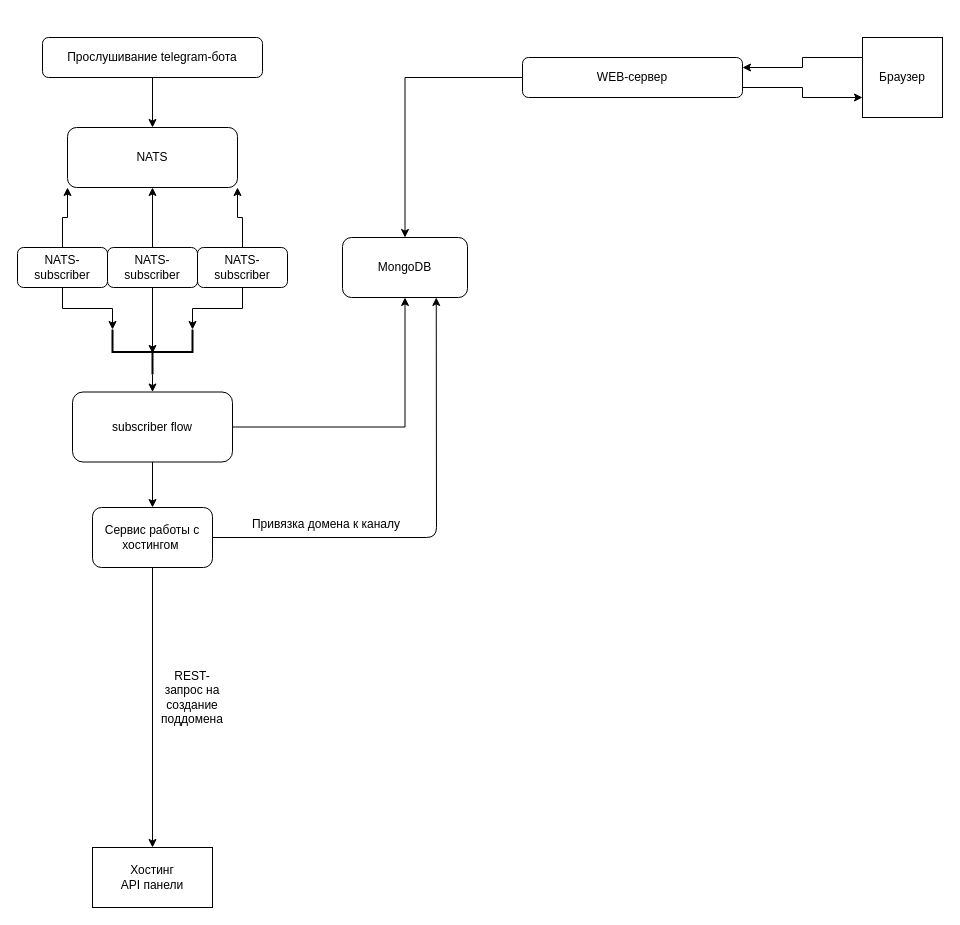
The draw.io diagram Untitled Diagram.drawio in itxor/tgsite, before the edit. Source tidied: cells renumbered, new cells numbered last; positions are measured from the earlier drawing's top-left corner, leaving out a move shared by most shapes. Both pictures are drawn from the tidied source at 100%, with x=0, y=0 at pixel (17, 37).
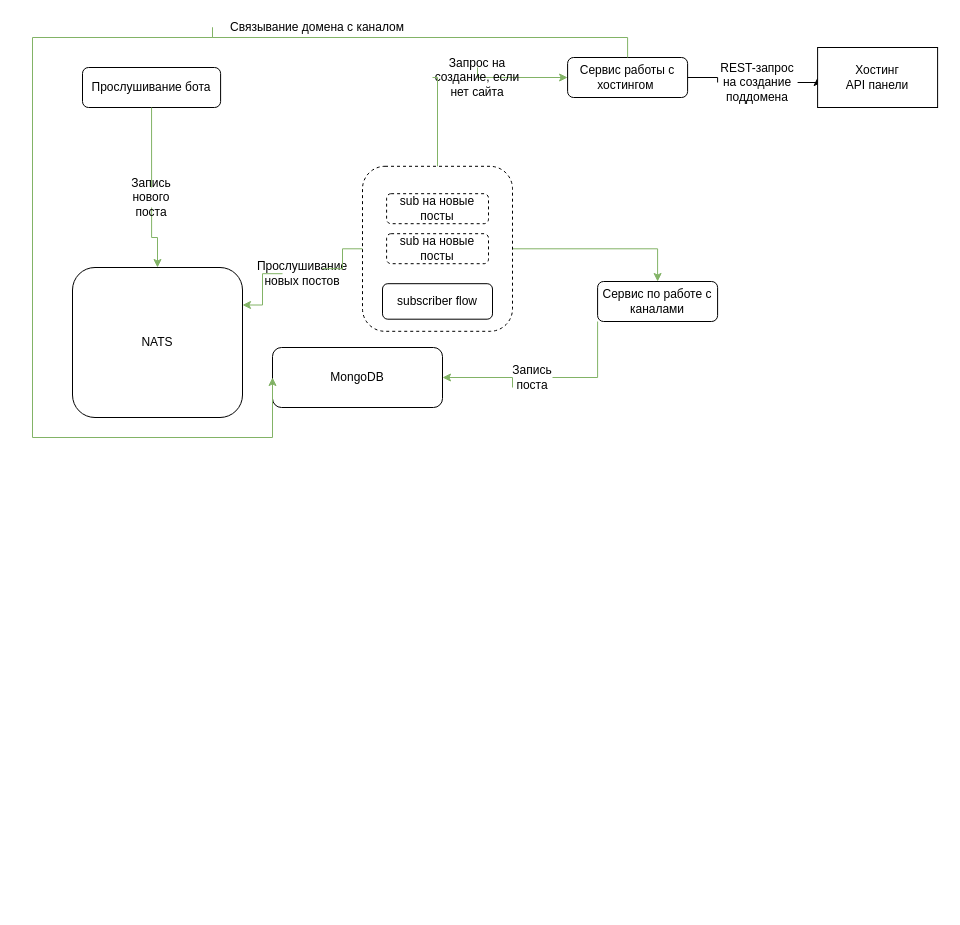
After the change.

Commit message:
Корректировка диаграммы

The edit, as a diff of the source:
```diff
@@
-    <mxCell id="2" style="edgeStyle=orthogonalEdgeStyle;rounded=0;jettySize=auto;html=1;exitX=0.5;exitY=1;exitDx=0;exitDy=0;entryX=0.5;entryY=0;entryDx=0;entryDy=0;" parent="1" edge="1" source="3" target="4">
-      <mxGeometry relative="1" as="geometry" />
-    </mxCell>
+    <mxCell id="31" style="edgeStyle=orthogonalEdgeStyle;rounded=0;jettySize=auto;html=1;exitX=0.5;exitY=1;exitDx=0;exitDy=0;entryX=0.5;entryY=0;entryDx=0;entryDy=0;fillColor=#d5e8d4;strokeColor=#82b366;startArrow=none;" parent="1" edge="1" source="52" target="4">
+      <mxGeometry relative="1" as="geometry" />
+    </mxCell>
-    <mxCell id="3" value="Прослушивание telegram-бота" style="rounded=1;whiteSpace=wrap;html=1;" parent="1" vertex="1">
-      <mxGeometry x="25" width="220" height="40" as="geometry" />
+    <mxCell id="3" value="Прослушивание бота" style="rounded=1;whiteSpace=wrap;html=1;" parent="1" vertex="1">
+      <mxGeometry x="65" y="30" width="138.1" height="40" as="geometry" />
     </mxCell>
     <mxCell id="4" value="NATS" style="rounded=1;whiteSpace=wrap;html=1;" parent="1" vertex="1">
-      <mxGeometry x="50" y="90" width="170" height="60" as="geometry" />
+      <mxGeometry x="55" y="230" width="170" height="150" as="geometry" />
     </mxCell>
-    <mxCell id="5" style="edgeStyle=orthogonalEdgeStyle;rounded=0;jettySize=auto;html=1;exitX=0.5;exitY=0;exitDx=0;exitDy=0;entryX=0;entryY=1;entryDx=0;entryDy=0;" parent="1" edge="1" source="7" target="4">
-      <mxGeometry relative="1" as="geometry" />
-    </mxCell>
-    <mxCell id="6" style="edgeStyle=orthogonalEdgeStyle;rounded=0;jettySize=auto;html=1;exitX=0.5;exitY=1;exitDx=0;exitDy=0;entryX=1;entryY=0;entryDx=0;entryDy=0;entryPerimeter=0;" parent="1" edge="1" source="7" target="19">
-      <mxGeometry relative="1" as="geometry" />
-    </mxCell>
-    <mxCell id="7" value="NATS-subscriber" style="rounded=1;whiteSpace=wrap;html=1;" parent="1" vertex="1">
-      <mxGeometry y="210" width="90" height="40" as="geometry" />
-    </mxCell>
-    <mxCell id="8" style="edgeStyle=orthogonalEdgeStyle;rounded=0;jettySize=auto;html=1;exitX=0;exitY=0.5;exitDx=0;exitDy=0;entryX=0.5;entryY=0;entryDx=0;entryDy=0;" parent="1" edge="1" source="10" target="11">
-      <mxGeometry relative="1" as="geometry" />
-    </mxCell>
-    <mxCell id="9" style="edgeStyle=orthogonalEdgeStyle;rounded=0;jettySize=auto;html=1;exitX=1;exitY=0.75;exitDx=0;exitDy=0;entryX=0;entryY=0.75;entryDx=0;entryDy=0;" parent="1" edge="1" source="10" target="28">
-      <mxGeometry relative="1" as="geometry" />
-    </mxCell>
-    <mxCell id="10" value="WEB-сервер" style="rounded=1;whiteSpace=wrap;html=1;" parent="1" vertex="1">
-      <mxGeometry x="505" y="20" width="220" height="40" as="geometry" />
-    </mxCell>
     <mxCell id="11" value="MongoDB" style="rounded=1;whiteSpace=wrap;html=1;" parent="1" vertex="1">
-      <mxGeometry x="325" y="200" width="125" height="60" as="geometry" />
+      <mxGeometry x="255" y="310" width="170" height="60" as="geometry" />
     </mxCell>
-    <mxCell id="12" style="edgeStyle=orthogonalEdgeStyle;rounded=0;jettySize=auto;html=1;exitX=0.5;exitY=0;exitDx=0;exitDy=0;entryX=0.5;entryY=1;entryDx=0;entryDy=0;" parent="1" edge="1" source="14" target="4">
-      <mxGeometry relative="1" as="geometry" />
-    </mxCell>
-    <mxCell id="13" style="edgeStyle=orthogonalEdgeStyle;rounded=0;jettySize=auto;html=1;exitX=0.5;exitY=1;exitDx=0;exitDy=0;entryX=0.467;entryY=0.5;entryDx=0;entryDy=0;entryPerimeter=0;" parent="1" edge="1" source="14" target="19">
-      <mxGeometry relative="1" as="geometry" />
-    </mxCell>
-    <mxCell id="14" value="NATS-subscriber" style="rounded=1;whiteSpace=wrap;html=1;" parent="1" vertex="1">
-      <mxGeometry x="90" y="210" width="90" height="40" as="geometry" />
-    </mxCell>
-    <mxCell id="15" style="edgeStyle=orthogonalEdgeStyle;rounded=0;jettySize=auto;html=1;exitX=0.5;exitY=0;exitDx=0;exitDy=0;entryX=1;entryY=1;entryDx=0;entryDy=0;" parent="1" edge="1" source="17" target="4">
-      <mxGeometry relative="1" as="geometry" />
-    </mxCell>
-    <mxCell id="16" style="edgeStyle=orthogonalEdgeStyle;rounded=0;jettySize=auto;html=1;exitX=0.5;exitY=1;exitDx=0;exitDy=0;entryX=1;entryY=1;entryDx=0;entryDy=0;entryPerimeter=0;" parent="1" edge="1" source="17" target="19">
-      <mxGeometry relative="1" as="geometry" />
-    </mxCell>
-    <mxCell id="17" value="NATS-subscriber" style="rounded=1;whiteSpace=wrap;html=1;" parent="1" vertex="1">
-      <mxGeometry x="180" y="210" width="90" height="40" as="geometry" />
-    </mxCell>
-    <mxCell id="18" style="edgeStyle=orthogonalEdgeStyle;rounded=0;jettySize=auto;html=1;exitX=0;exitY=0.5;exitDx=0;exitDy=0;exitPerimeter=0;entryX=0.5;entryY=0;entryDx=0;entryDy=0;" parent="1" edge="1" source="19" target="22">
-      <mxGeometry relative="1" as="geometry" />
-    </mxCell>
-    <mxCell id="19" style="strokeWidth=2;html=1;shape=mxgraph.flowchart.annotation_2;align=left;labelPosition=right;rotation=-90;" parent="1" vertex="1">
-      <mxGeometry x="112.5" y="274.5" width="45" height="80" as="geometry" />
-    </mxCell>
-    <mxCell id="20" style="edgeStyle=orthogonalEdgeStyle;rounded=0;jettySize=auto;html=1;exitX=1;exitY=0.5;exitDx=0;exitDy=0;entryX=0.5;entryY=1;entryDx=0;entryDy=0;" parent="1" edge="1" source="22" target="11">
-      <mxGeometry relative="1" as="geometry" />
-    </mxCell>
-    <mxCell id="21" style="edgeStyle=orthogonalEdgeStyle;rounded=0;jettySize=auto;html=1;exitX=0.5;exitY=1;exitDx=0;exitDy=0;" parent="1" edge="1" source="22" target="24">
-      <mxGeometry relative="1" as="geometry" />
-    </mxCell>
     <mxCell id="22" value="subscriber flow" style="rounded=1;whiteSpace=wrap;html=1;" parent="1" vertex="1">
-      <mxGeometry x="55" y="354.5" width="160" height="70" as="geometry" />
+      <mxGeometry x="365" y="246.2" width="110" height="35.5" as="geometry" />
     </mxCell>
-    <mxCell id="23" style="edgeStyle=orthogonalEdgeStyle;rounded=0;jettySize=auto;html=1;exitX=0.5;exitY=1;exitDx=0;exitDy=0;" parent="1" edge="1" source="24" target="26">
-      <mxGeometry relative="1" as="geometry" />
-    </mxCell>
+    <mxCell id="32" style="edgeStyle=orthogonalEdgeStyle;rounded=0;jettySize=auto;html=1;exitX=1;exitY=0.5;exitDx=0;exitDy=0;entryX=0;entryY=0.5;entryDx=0;entryDy=0;startArrow=none;" parent="1" edge="1" source="25" target="26">
+      <mxGeometry relative="1" as="geometry" />
+    </mxCell>
+    <mxCell id="33" style="edgeStyle=orthogonalEdgeStyle;rounded=0;jettySize=auto;html=1;exitX=0;exitY=0.5;exitDx=0;exitDy=0;entryX=0;entryY=0.5;entryDx=0;entryDy=0;fillColor=#d5e8d4;strokeColor=#82b366;startArrow=none;" parent="1" edge="1" source="44" target="11">
+      <mxGeometry relative="1" as="geometry">
+        <Array as="points">
+          <mxPoint x="195" />
+          <mxPoint x="15" />
+          <mxPoint x="15" y="400" />
+          <mxPoint x="255" y="400" />
+        </Array>
+      </mxGeometry>
+    </mxCell>
     <mxCell id="24" value="Сервис работы с хостингом&amp;nbsp;" style="rounded=1;whiteSpace=wrap;html=1;" parent="1" vertex="1">
-      <mxGeometry x="75" y="470" width="120" height="60" as="geometry" />
+      <mxGeometry x="550.1" y="20" width="120" height="40" as="geometry" />
     </mxCell>
+    <mxCell id="26" value="Хостинг&lt;br&gt;API панели" style="rounded=0;whiteSpace=wrap;html=1;" parent="1" vertex="1">
+      <mxGeometry x="800.1" y="10" width="120" height="60" as="geometry" />
+    </mxCell>
+    <mxCell id="34" style="edgeStyle=orthogonalEdgeStyle;rounded=0;jettySize=auto;html=1;exitX=0;exitY=1;exitDx=0;exitDy=0;entryX=1;entryY=0.5;entryDx=0;entryDy=0;fillColor=#d5e8d4;strokeColor=#82b366;startArrow=none;" parent="1" edge="1" source="48" target="11">
+      <mxGeometry relative="1" as="geometry">
+        <Array as="points">
+          <mxPoint x="495" y="340" />
+        </Array>
+      </mxGeometry>
+    </mxCell>
+    <mxCell id="35" value="Сервис по работе с каналами" style="rounded=1;whiteSpace=wrap;html=1;" parent="1" vertex="1">
+      <mxGeometry x="580.1" y="244" width="120" height="40" as="geometry" />
+    </mxCell>
-    <mxCell id="25" value="REST-запрос на создание поддомена" style="text;html=1;strokeColor=none;fillColor=none;align=center;verticalAlign=middle;whiteSpace=wrap;rounded=0;" parent="1" vertex="1">
-      <mxGeometry x="155" y="650" width="40" height="20" as="geometry" />
+    <mxCell id="25" value="REST-запрос на создание поддомена" style="text;html=1;strokeColor=none;fillColor=none;align=center;verticalAlign=middle;whiteSpace=wrap;rounded=0;rotation=0;" parent="1" vertex="1">
+      <mxGeometry x="700.1" y="40" width="80" height="10" as="geometry" />
     </mxCell>
-    <mxCell id="26" value="Хостинг&lt;br&gt;API панели" style="rounded=0;whiteSpace=wrap;html=1;" parent="1" vertex="1">
-      <mxGeometry x="75" y="810" width="120" height="60" as="geometry" />
-    </mxCell>
-    <mxCell id="27" style="edgeStyle=orthogonalEdgeStyle;rounded=0;jettySize=auto;html=1;exitX=0;exitY=0.25;exitDx=0;exitDy=0;entryX=1;entryY=0.25;entryDx=0;entryDy=0;" parent="1" edge="1" source="28" target="10">
-      <mxGeometry relative="1" as="geometry" />
-    </mxCell>
-    <mxCell id="28" value="Браузер" style="whiteSpace=wrap;html=1;" parent="1" vertex="1">
-      <mxGeometry x="845" width="80" height="80" as="geometry" />
-    </mxCell>
-    <mxCell id="29" style="endArrow=classic;html=1;exitX=1;exitY=0.5;exitDx=0;exitDy=0;entryX=0.75;entryY=1;entryDx=0;entryDy=0;" parent="1" edge="1" source="24" target="11">
-      <mxGeometry relative="1" as="geometry">
-        <Array as="points">
-          <mxPoint x="419" y="500" />
-        </Array>
-      </mxGeometry>
-    </mxCell>
-    <mxCell id="30" value="Привязка домена к каналу" style="text;html=1;strokeColor=none;fillColor=none;align=center;verticalAlign=middle;whiteSpace=wrap;rounded=0;" parent="1" vertex="1">
-      <mxGeometry x="224" y="477" width="170" height="20" as="geometry" />
-    </mxCell>
+    <mxCell id="36" style="edgeStyle=orthogonalEdgeStyle;rounded=0;jettySize=auto;html=1;exitX=1;exitY=0.5;exitDx=0;exitDy=0;entryX=0;entryY=0.5;entryDx=0;entryDy=0;endArrow=none;" parent="1" edge="1" source="24" target="25">
+      <mxGeometry relative="1" as="geometry" />
+    </mxCell>
+    <mxCell id="37" style="edgeStyle=orthogonalEdgeStyle;rounded=0;jettySize=auto;html=1;exitX=0;exitY=0.5;exitDx=0;exitDy=0;entryX=1;entryY=0.25;entryDx=0;entryDy=0;fillColor=#d5e8d4;strokeColor=#82b366;startArrow=none;" parent="1" edge="1" source="46" target="4">
+      <mxGeometry relative="1" as="geometry" />
+    </mxCell>
+    <mxCell id="38" style="edgeStyle=orthogonalEdgeStyle;rounded=0;jettySize=auto;html=1;exitX=1;exitY=0.5;exitDx=0;exitDy=0;entryX=0.5;entryY=0;entryDx=0;entryDy=0;fillColor=#d5e8d4;strokeColor=#82b366;" parent="1" edge="1" source="40" target="35">
+      <mxGeometry relative="1" as="geometry" />
+    </mxCell>
+    <mxCell id="39" style="edgeStyle=orthogonalEdgeStyle;rounded=0;jettySize=auto;html=1;exitX=0.5;exitY=0;exitDx=0;exitDy=0;entryX=0;entryY=0.5;entryDx=0;entryDy=0;fillColor=#d5e8d4;strokeColor=#82b366;startArrow=none;" parent="1" edge="1" source="50" target="24">
+      <mxGeometry relative="1" as="geometry">
+        <Array as="points">
+          <mxPoint x="460" y="40" />
+        </Array>
+      </mxGeometry>
+    </mxCell>
+    <mxCell id="40" style="rounded=1;whiteSpace=wrap;html=1;shadow=0;glass=1;dashed=1;fillColor=none;" parent="1" vertex="1">
+      <mxGeometry x="345" y="128.8" width="150" height="165" as="geometry" />
+    </mxCell>
+    <mxCell id="41" value="sub на новые посты" style="rounded=1;whiteSpace=wrap;html=1;shadow=0;glass=1;dashed=1;fillColor=none;" parent="1" vertex="1">
+      <mxGeometry x="369.1" y="156.2" width="101.9" height="30" as="geometry" />
+    </mxCell>
+    <mxCell id="42" value="sub на новые посты" style="rounded=1;whiteSpace=wrap;html=1;shadow=0;glass=1;dashed=1;fillColor=none;" parent="1" vertex="1">
+      <mxGeometry x="369.1" y="196.2" width="101.9" height="30" as="geometry" />
+    </mxCell>
+    <mxCell id="43" style="edgeStyle=orthogonalEdgeStyle;rounded=0;orthogonalLoop=1;jettySize=auto;html=1;exitX=0.5;exitY=1;exitDx=0;exitDy=0;" parent="1" edge="1">
+      <mxGeometry relative="1" as="geometry">
+        <mxPoint x="424.1" y="106.2" as="sourcePoint" />
+        <mxPoint x="424.1" y="106.2" as="targetPoint" />
+      </mxGeometry>
+    </mxCell>
+    <mxCell id="44" value="Связывание домена с каналом" style="text;html=1;strokeColor=none;fillColor=none;align=center;verticalAlign=middle;whiteSpace=wrap;rounded=0;shadow=0;glass=1;dashed=1;" parent="1" vertex="1">
+      <mxGeometry x="195" y="-20" width="210" height="20" as="geometry" />
+    </mxCell>
+    <mxCell id="45" style="edgeStyle=orthogonalEdgeStyle;rounded=0;jettySize=auto;html=1;exitX=0.5;exitY=0;exitDx=0;exitDy=0;entryX=0;entryY=0.5;entryDx=0;entryDy=0;fillColor=#d5e8d4;strokeColor=#82b366;endArrow=none;" parent="1" edge="1" source="24" target="44">
+      <mxGeometry relative="1" as="geometry">
+        <Array as="points">
+          <mxPoint x="610" />
+          <mxPoint x="195" />
+        </Array>
+      </mxGeometry>
+    </mxCell>
+    <mxCell id="46" value="Прослушивание новых постов" style="text;html=1;strokeColor=none;fillColor=none;align=center;verticalAlign=middle;whiteSpace=wrap;rounded=0;shadow=0;glass=1;dashed=1;" parent="1" vertex="1">
+      <mxGeometry x="265" y="226.2" width="40" height="20" as="geometry" />
+    </mxCell>
+    <mxCell id="47" style="edgeStyle=orthogonalEdgeStyle;rounded=0;jettySize=auto;html=1;exitX=0;exitY=0.5;exitDx=0;exitDy=0;entryX=1;entryY=0.25;entryDx=0;entryDy=0;fillColor=#d5e8d4;strokeColor=#82b366;endArrow=none;" parent="1" edge="1" source="40" target="46">
+      <mxGeometry relative="1" as="geometry" />
+    </mxCell>
+    <mxCell id="48" value="Запись поста" style="text;html=1;strokeColor=none;fillColor=none;align=center;verticalAlign=middle;whiteSpace=wrap;rounded=0;shadow=0;glass=1;dashed=1;" parent="1" vertex="1">
+      <mxGeometry x="495" y="330" width="40" height="20" as="geometry" />
+    </mxCell>
+    <mxCell id="49" style="edgeStyle=orthogonalEdgeStyle;rounded=0;jettySize=auto;html=1;exitX=0;exitY=1;exitDx=0;exitDy=0;entryX=1;entryY=0.5;entryDx=0;entryDy=0;fillColor=#d5e8d4;strokeColor=#82b366;endArrow=none;" parent="1" edge="1" source="35" target="48">
+      <mxGeometry relative="1" as="geometry" />
+    </mxCell>
+    <mxCell id="50" value="Запрос на создание, если нет сайта&lt;br&gt;" style="text;html=1;strokeColor=none;fillColor=none;align=center;verticalAlign=middle;whiteSpace=wrap;rounded=0;shadow=0;glass=1;dashed=1;" parent="1" vertex="1">
+      <mxGeometry x="415" y="30" width="90" height="20" as="geometry" />
+    </mxCell>
+    <mxCell id="51" style="edgeStyle=orthogonalEdgeStyle;rounded=0;jettySize=auto;html=1;exitX=0.5;exitY=0;exitDx=0;exitDy=0;entryX=0;entryY=0.5;entryDx=0;entryDy=0;fillColor=#d5e8d4;strokeColor=#82b366;endArrow=none;" parent="1" edge="1" source="40" target="50">
+      <mxGeometry relative="1" as="geometry">
+        <Array as="points">
+          <mxPoint x="420" y="40" />
+        </Array>
+      </mxGeometry>
+    </mxCell>
+    <mxCell id="52" value="Запись нового поста" style="text;html=1;strokeColor=none;fillColor=none;align=center;verticalAlign=middle;whiteSpace=wrap;rounded=0;shadow=0;glass=1;dashed=1;" parent="1" vertex="1">
+      <mxGeometry x="114.1" y="150" width="40" height="20" as="geometry" />
+    </mxCell>
+    <mxCell id="53" style="edgeStyle=orthogonalEdgeStyle;rounded=0;jettySize=auto;html=1;exitX=0.5;exitY=1;exitDx=0;exitDy=0;entryX=0.5;entryY=0;entryDx=0;entryDy=0;fillColor=#d5e8d4;strokeColor=#82b366;endArrow=none;" parent="1" edge="1" source="3" target="52">
+      <mxGeometry relative="1" as="geometry" />
+    </mxCell>
```
